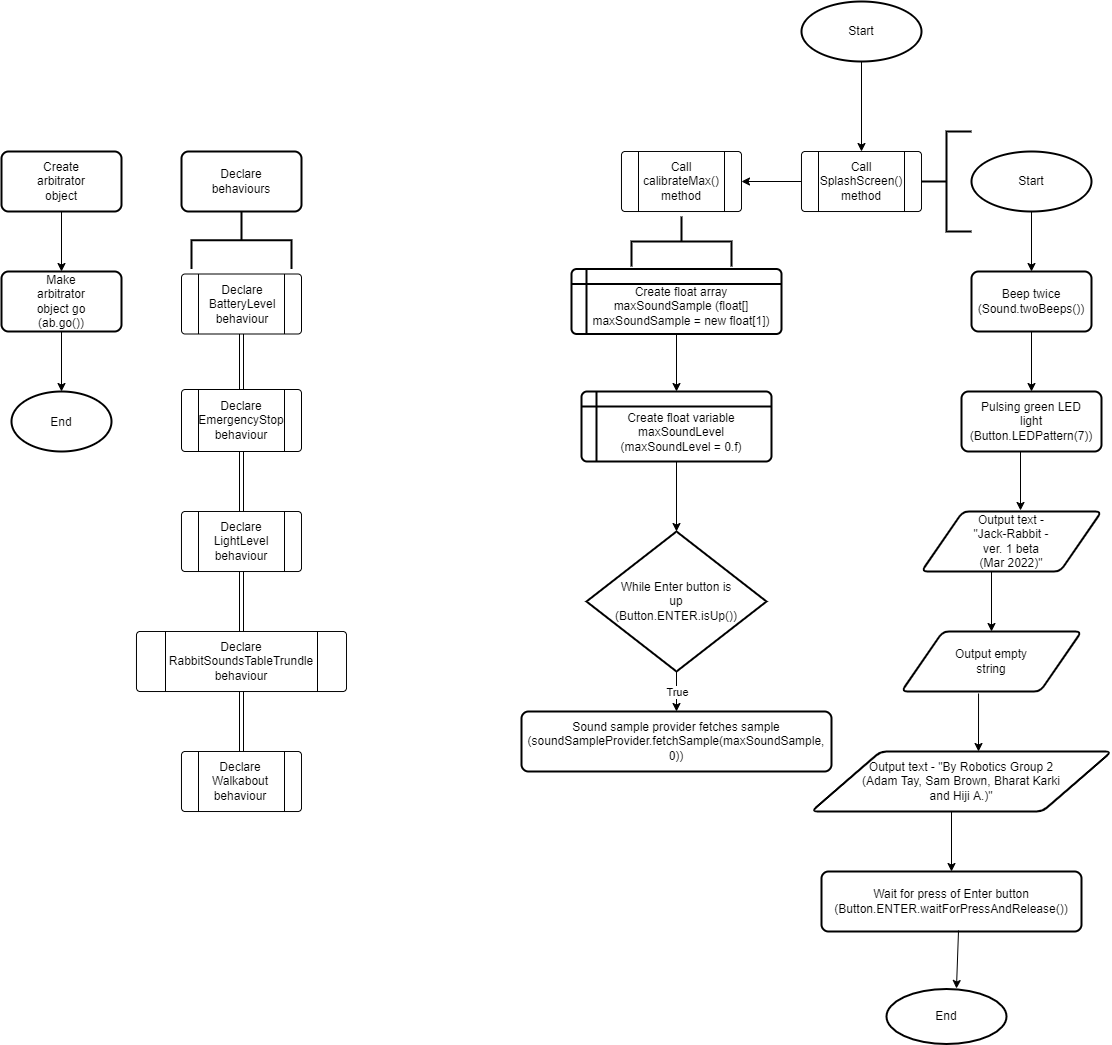
Before: Final submission/ControlFlow.png, a diagram exported from draw.io (XLmT09/Bunny-Robot). Source tidied: cells renumbered, new cells last; positions are measured from the earlier drawing's top-left corner, leaving out a move shared by most shapes.
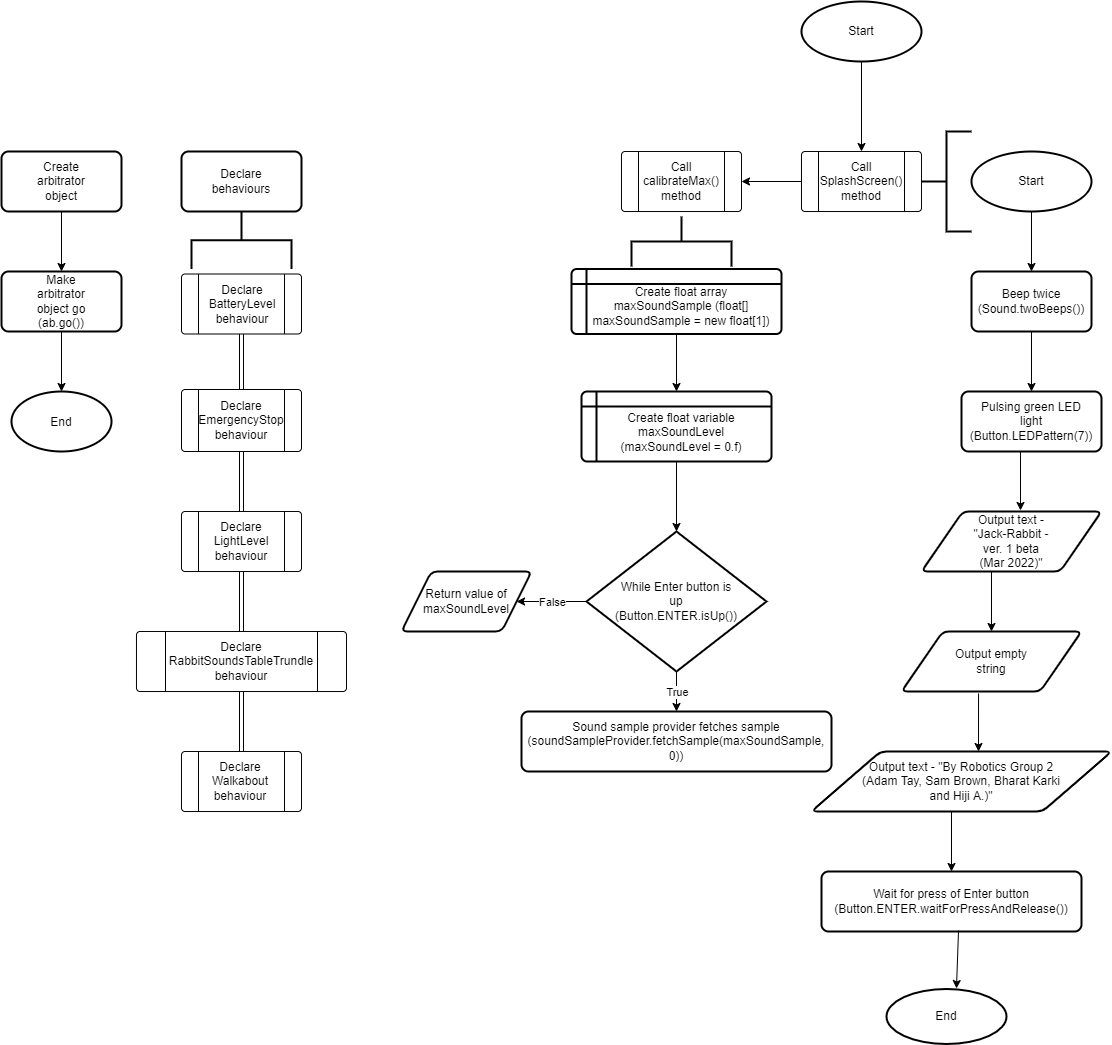
After the change.

The edit, as a diff of the source:
```diff
@@ -296,5 +296,20 @@
     <mxCell id="95" value="True" style="edgeLabel;html=1;align=center;verticalAlign=middle;hachureGap=4;" parent="94" vertex="1">
       <mxGeometry relative="1" as="geometry" />
     </mxCell>
+    <mxCell id="96" style="group;" parent="1" vertex="1">
+      <mxGeometry x="400" y="570" width="130" height="60" as="geometry" />
+    </mxCell>
+    <mxCell id="97" style="shape=parallelogram;html=1;strokeWidth=2;perimeter=parallelogramPerimeter;whiteSpace=wrap;rounded=1;arcSize=12;size=0.23;hachureGap=4;" parent="96" vertex="1">
+      <mxGeometry width="130" height="60" as="geometry" />
+    </mxCell>
+    <mxCell id="98" value="Return value of maxSoundLevel" style="text;html=1;strokeColor=none;fillColor=none;align=center;verticalAlign=middle;whiteSpace=wrap;rounded=0;hachureGap=4;" parent="96" vertex="1">
+      <mxGeometry x="35" y="15" width="60" height="30" as="geometry" />
+    </mxCell>
+    <mxCell id="99" style="endArrow=classic;html=1;rounded=0;sourcePerimeterSpacing=8;targetPerimeterSpacing=8;curved=1;entryX=1;entryY=0.5;entryDx=0;entryDy=0;exitX=0;exitY=0.5;exitDx=0;exitDy=0;exitPerimeter=0;" parent="1" edge="1" source="88" target="97">
+      <mxGeometry relative="1" as="geometry" />
+    </mxCell>
+    <mxCell id="100" value="False" style="edgeLabel;html=1;align=center;verticalAlign=middle;hachureGap=4;" parent="99" vertex="1">
+      <mxGeometry relative="1" as="geometry" />
+    </mxCell>
   </root>
 </mxGraphModel>
```
